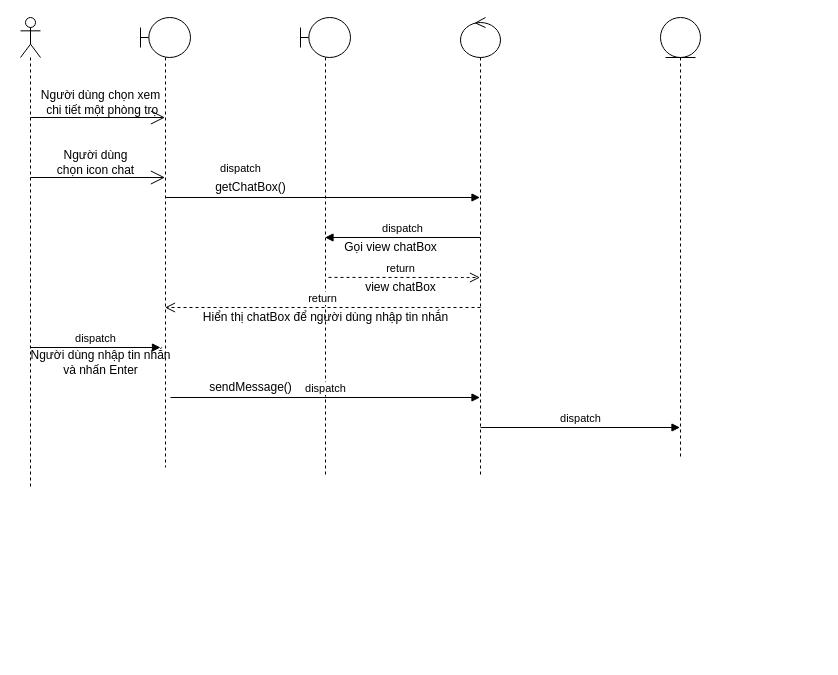
Earlier version of the draw.io diagram Untitled Diagram.drawio (hainguyenvan6799/SequenceCNM). Source tidied: cells renumbered, new cells numbered last; positions are measured from the earlier drawing's top-left corner, leaving out a move shared by most shapes. Both pictures are drawn from the tidied source at 100%, with x=0, y=0 at pixel (20, 17).
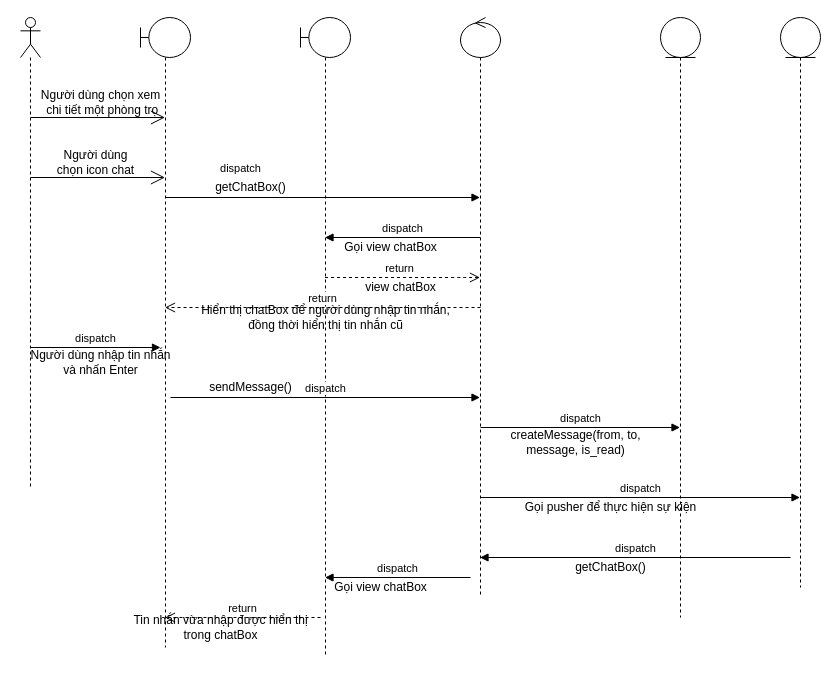
Above is the later version.

Change to the diagram source:
```diff
@@
     <mxCell id="5" style="shape=umlLifeline;participant=umlBoundary;perimeter=lifelinePerimeter;whiteSpace=wrap;html=1;verticalAlign=top;spacingTop=36;outlineConnect=0;" parent="1" vertex="1">
-      <mxGeometry x="120" width="50" height="450" as="geometry" />
+      <mxGeometry x="120" width="50" height="630" as="geometry" />
     </mxCell>
@@
     <mxCell id="9" style="shape=umlLifeline;participant=umlControl;perimeter=lifelinePerimeter;whiteSpace=wrap;html=1;verticalAlign=top;spacingTop=36;outlineConnect=0;" parent="1" vertex="1">
-      <mxGeometry x="440" width="40" height="460" as="geometry" />
+      <mxGeometry x="440" width="40" height="580" as="geometry" />
     </mxCell>
@@
+    <mxCell id="24" value="dispatch" style="html=1;verticalAlign=bottom;endArrow=block;" parent="9" edge="1" target="26">
+      <mxGeometry relative="1" as="geometry">
+        <mxPoint x="20" y="480" as="sourcePoint" />
+      </mxGeometry>
+    </mxCell>
     <mxCell id="12" style="shape=umlLifeline;participant=umlEntity;perimeter=lifelinePerimeter;whiteSpace=wrap;html=1;verticalAlign=top;spacingTop=36;outlineConnect=0;" parent="1" vertex="1">
-      <mxGeometry x="640" width="40" height="440" as="geometry" />
+      <mxGeometry x="640" width="40" height="600" as="geometry" />
     </mxCell>
     <mxCell id="13" style="shape=umlLifeline;participant=umlBoundary;perimeter=lifelinePerimeter;whiteSpace=wrap;html=1;verticalAlign=top;spacingTop=36;outlineConnect=0;" parent="1" vertex="1">
-      <mxGeometry x="280" width="50" height="460" as="geometry" />
+      <mxGeometry x="280" width="50" height="640" as="geometry" />
     </mxCell>
@@
-    <mxCell id="16" value="return" style="html=1;verticalAlign=bottom;endArrow=open;dashed=1;endSize=8;exitX=0.56;exitY=0.565;exitDx=0;exitDy=0;exitPerimeter=0;" parent="1" edge="1" source="13" target="9">
+    <mxCell id="16" value="return" style="html=1;verticalAlign=bottom;endArrow=open;dashed=1;endSize=8;" parent="1" edge="1" source="13" target="9">
       <mxGeometry x="-0.05" relative="1" as="geometry">
         <Array as="points">
           <mxPoint x="440" y="260" />
         </Array>
       </mxGeometry>
     </mxCell>
@@
-    <mxCell id="19" value="Hiển thị chatBox để người dùng nhập tin nhắn" style="text;html=1;align=center;verticalAlign=middle;" parent="1" vertex="1">
-      <mxGeometry x="170" y="290" width="270" height="20" as="geometry" />
+    <mxCell id="19" value="Hiển thị chatBox để người dùng nhập tin nhắn,&lt;br&gt;đồng thời hiển thị tin nhắn cũ" style="text;html=1;align=center;verticalAlign=middle;" parent="1" vertex="1">
+      <mxGeometry x="170" y="285" width="270" height="30" as="geometry" />
     </mxCell>
@@
+    <mxCell id="25" value="createMessage(from, to, &lt;br&gt;message, is_read)" style="text;html=1;align=center;verticalAlign=middle;" parent="1" vertex="1">
+      <mxGeometry x="480" y="410" width="150" height="30" as="geometry" />
+    </mxCell>
+    <mxCell id="26" style="shape=umlLifeline;participant=umlEntity;perimeter=lifelinePerimeter;whiteSpace=wrap;html=1;verticalAlign=top;spacingTop=36;outlineConnect=0;" parent="1" vertex="1">
+      <mxGeometry x="760" width="40" height="570" as="geometry" />
+    </mxCell>
+    <mxCell id="27" value="Gọi pusher để thực hiện sự kiện" style="text;html=1;align=center;verticalAlign=middle;" parent="1" vertex="1">
+      <mxGeometry x="495" y="480" width="190" height="20" as="geometry" />
+    </mxCell>
+    <mxCell id="28" value="dispatch" style="html=1;verticalAlign=bottom;endArrow=block;" parent="1" edge="1" target="9">
+      <mxGeometry relative="1" as="geometry">
+        <mxPoint x="770" y="540" as="sourcePoint" />
+      </mxGeometry>
+    </mxCell>
+    <mxCell id="29" value="getChatBox()" style="text;html=1;align=center;verticalAlign=middle;" parent="1" vertex="1">
+      <mxGeometry x="545" y="540" width="90" height="20" as="geometry" />
+    </mxCell>
+    <mxCell id="30" value="dispatch" style="html=1;verticalAlign=bottom;endArrow=block;" parent="1" edge="1" target="13">
+      <mxGeometry relative="1" as="geometry">
+        <mxPoint x="450" y="560" as="sourcePoint" />
+      </mxGeometry>
+    </mxCell>
+    <mxCell id="31" value="Gọi view chatBox" style="text;html=1;align=center;verticalAlign=middle;" parent="1" vertex="1">
+      <mxGeometry x="305" y="560" width="110" height="20" as="geometry" />
+    </mxCell>
+    <mxCell id="32" value="return" style="html=1;verticalAlign=bottom;endArrow=open;dashed=1;endSize=8;" parent="1" edge="1" target="5">
+      <mxGeometry relative="1" as="geometry">
+        <mxPoint x="300" y="600" as="sourcePoint" />
+      </mxGeometry>
+    </mxCell>
+    <mxCell id="33" value="Tin nhắn vừa nhập được hiển thị&lt;br&gt;trong chatBox" style="text;html=1;align=center;verticalAlign=middle;" parent="1" vertex="1">
+      <mxGeometry x="105" y="595" width="190" height="30" as="geometry" />
+    </mxCell>
```
